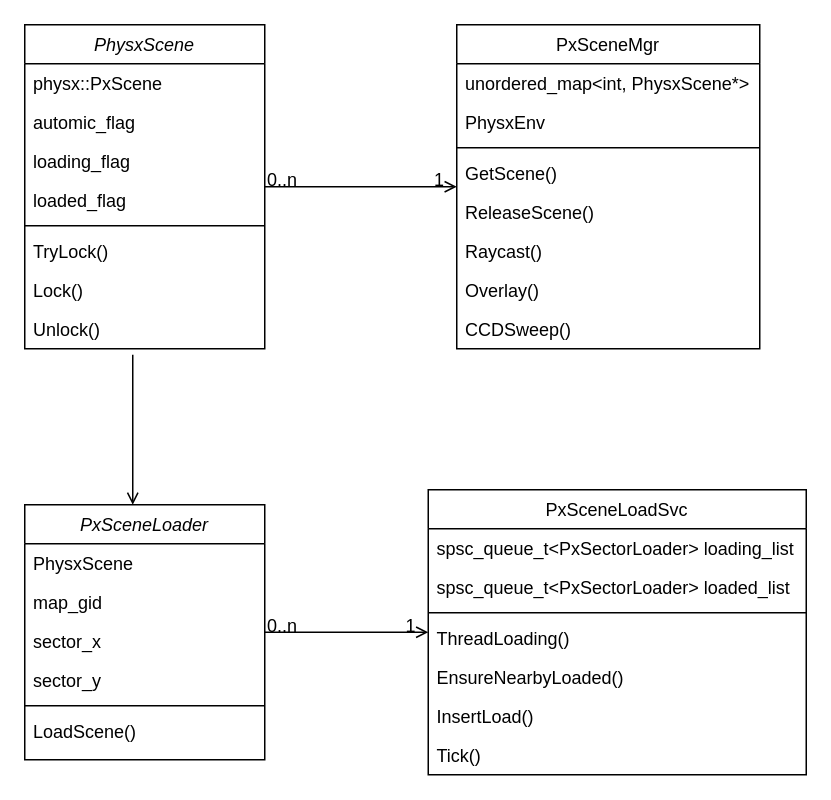
Above: docs/UML1.drawio in justinzhuguangwen/behaviac (draw.io), before the change. Source tidied: cells renumbered, new cells numbered last; positions are measured from the earlier drawing's top-left corner, leaving out a move shared by most shapes. Both pictures are drawn from the tidied source at 150%, with x=0, y=0 at pixel (24, 24).
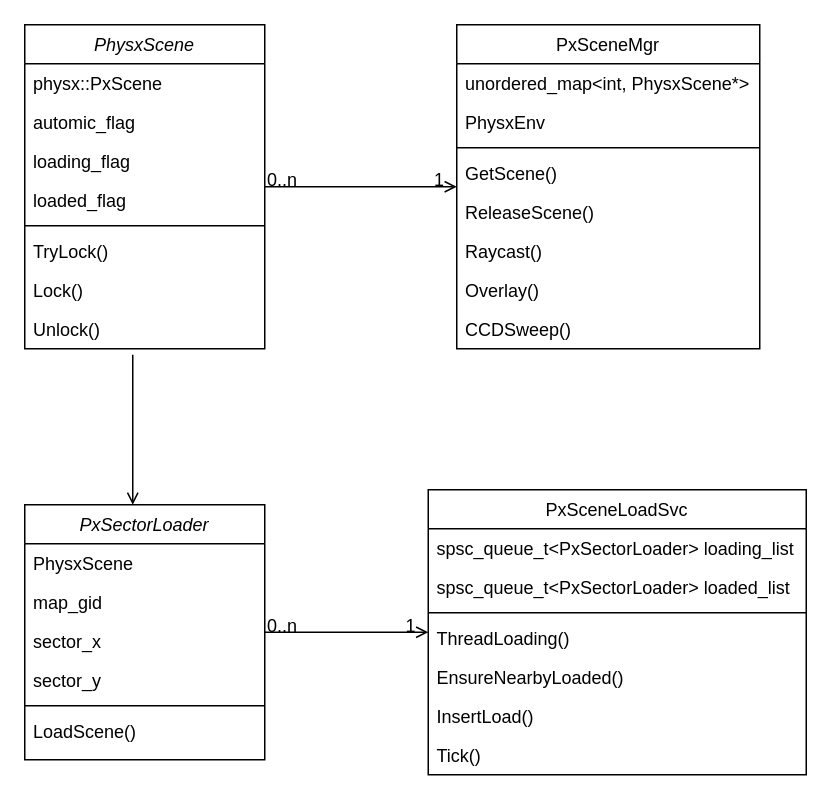
After the change.

The edit, as a diff of the source:
```diff
@@
-    <mxCell id="23" value="PxSceneLoader" style="swimlane;fontStyle=2;align=center;verticalAlign=top;horizontal=1;startSize=26;rounded=0;shadow=0;strokeWidth=1;" parent="1" vertex="1">
+    <mxCell id="23" value="PxSectorLoader" style="swimlane;fontStyle=2;align=center;verticalAlign=top;horizontal=1;startSize=26;rounded=0;shadow=0;strokeWidth=1;" parent="1" vertex="1">
       <mxGeometry y="320" width="160" height="170" as="geometry" />
     </mxCell>
```
